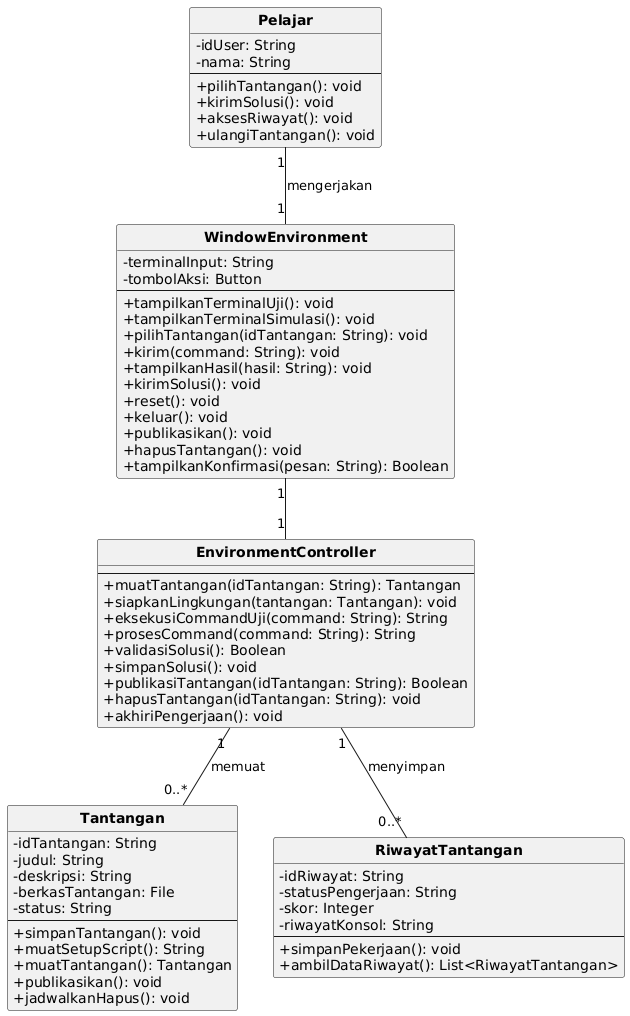
Above: docs/M7/assets/diagram/class_diagram_03.png in Semicomatose/IF2150-RPL-K03-G03 (PlantUML), before the change. Its diagram source:
```plantuml
@startuml
skinparam monochrome true
skinparam shadowing false
skinparam defaultFontName DejaVu Sans
skinparam classAttributeIconSize 0
skinparam classFontStyle bold
hide circle

class Pelajar {
  - idUser: String
  - nama: String
  --
  + pilihTantangan(): void
  + kirimSolusi(): void
  + aksesRiwayat(): void
  + ulangiTantangan(): void
}
class Tantangan {
  - idTantangan: String
  - judul: String
  - deskripsi: String
  - berkasTantangan: File
  - status: String
  --
  + simpanTantangan(): void
  + muatSetupScript(): String
  + muatTantangan(): Tantangan
  + publikasikan(): void
  + jadwalkanHapus(): void
}
class WindowEnvironment {
  - terminalInput: String
  - tombolAksi: Button
  --
  + tampilkanTerminalUji(): void
  + tampilkanTerminalSimulasi(): void
  + pilihTantangan(idTantangan: String): void
  + kirim(command: String): void
  + tampilkanHasil(hasil: String): void
  + kirimSolusi(): void
  + reset(): void
  + keluar(): void
  + publikasikan(): void
  + hapusTantangan(): void
  + tampilkanKonfirmasi(pesan: String): Boolean
}
class EnvironmentController {
  --
  + muatTantangan(idTantangan: String): Tantangan
  + siapkanLingkungan(tantangan: Tantangan): void
  + eksekusiCommandUji(command: String): String
  + prosesCommand(command: String): String
  + validasiSolusi(): Boolean
  + simpanSolusi(): void
  + publikasiTantangan(idTantangan: String): Boolean
  + hapusTantangan(idTantangan: String): void
  + akhiriPengerjaan(): void
}
class RiwayatTantangan {
  - idRiwayat: String
  - statusPengerjaan: String
  - skor: Integer
  - riwayatKonsol: String
  --
  + simpanPekerjaan(): void
  + ambilDataRiwayat(): List<RiwayatTantangan>
}
Pelajar "1" -- "1" WindowEnvironment : mengerjakan
WindowEnvironment "1" -- "1" EnvironmentController
EnvironmentController "1" -- "0..*" Tantangan : memuat
EnvironmentController "1" -- "0..*" RiwayatTantangan : menyimpan
@enduml
```
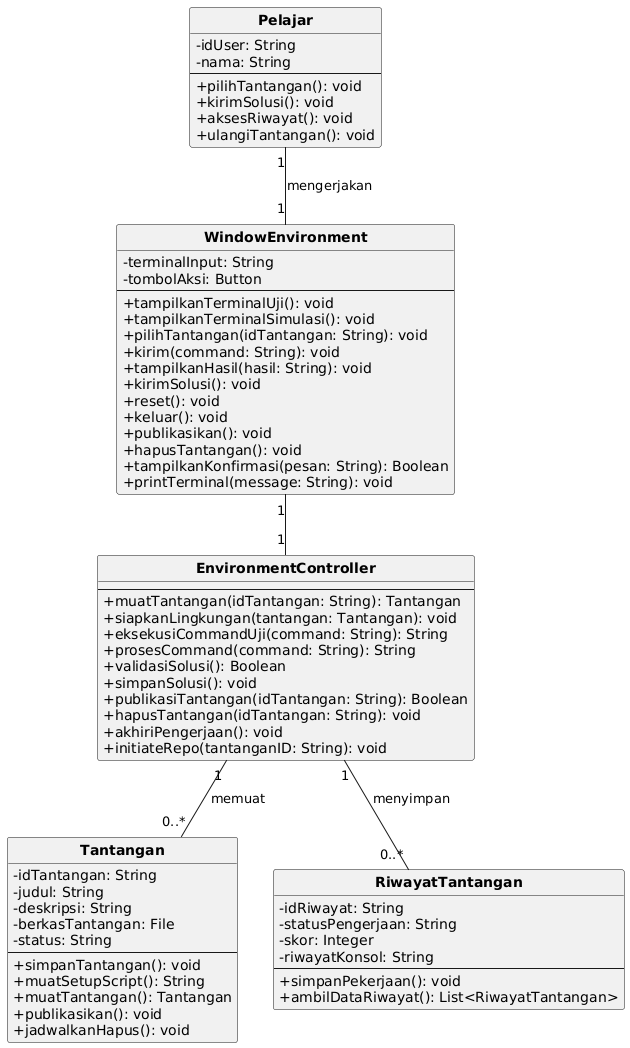
After the change.

Commit message:
Update milestone 7 class diagrams

The edit, as a diff of the source:
```diff
@@ -43,6 +43,7 @@
   + publikasikan(): void
   + hapusTantangan(): void
   + tampilkanKonfirmasi(pesan: String): Boolean
+  + printTerminal(message: String): void
 }
 class EnvironmentController {
   --
@@ -55,6 +56,7 @@
   + publikasiTantangan(idTantangan: String): Boolean
   + hapusTantangan(idTantangan: String): void
   + akhiriPengerjaan(): void
+  + initiateRepo(tantanganID: String): void
 }
 class RiwayatTantangan {
   - idRiwayat: String
```
